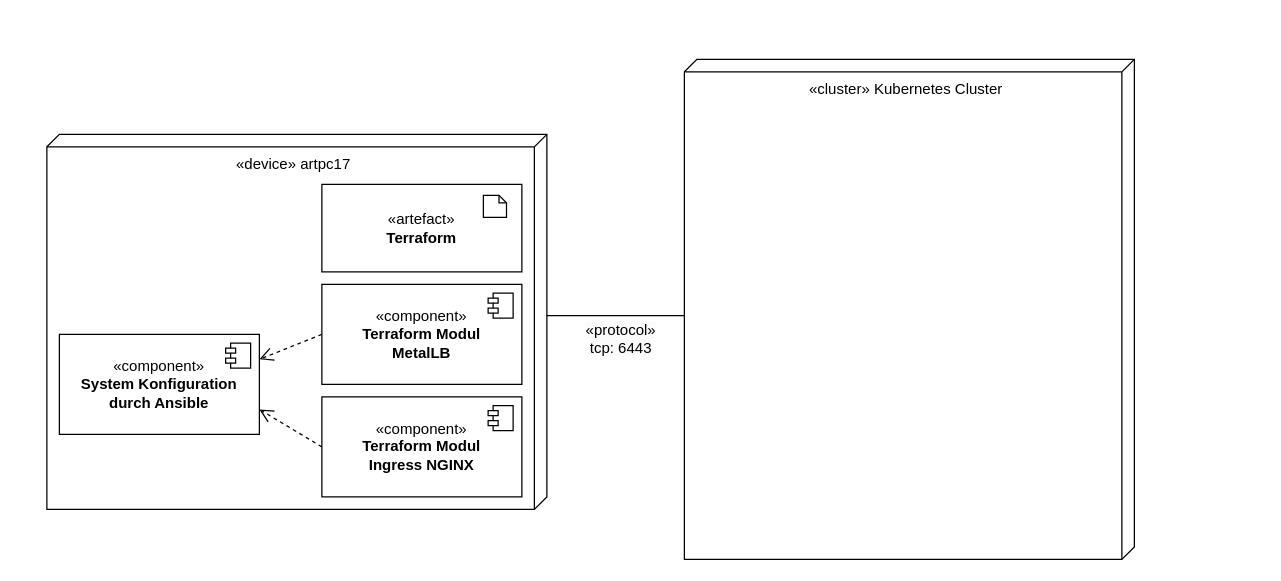
Earlier version of the draw.io diagram uni-bsc/dd-routing.drawio (pogii123/drawio-charts). Source tidied: cells renumbered, new cells numbered last; positions are measured from the earlier drawing's top-left corner, leaving out a move shared by most shapes. Both pictures are drawn from the tidied source at 125%, with x=0, y=0 at pixel (46, 59).
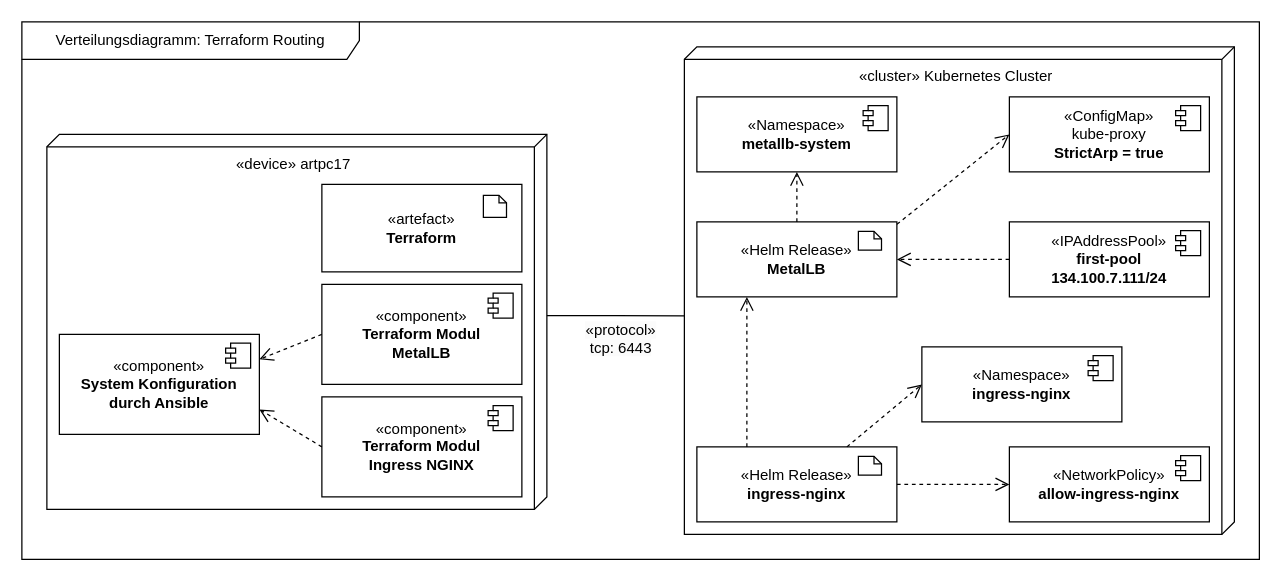
After the change.

Unchanged cells that the change refers to:
```xml
<mxCell id="3" value="«device» artpc17" style="verticalAlign=top;align=center;shape=cube;size=10;direction=south;html=1;boundedLbl=1;spacingLeft=5;whiteSpace=wrap;" parent="1" vertex="1">
  <mxGeometry y="60" width="400" height="300" as="geometry" />
</mxCell>
```

Change to the diagram source:
```diff
@@
     <mxCell id="2" value="«cluster» Kubernetes Cluster" style="verticalAlign=top;align=center;shape=cube;size=10;direction=south;html=1;boundedLbl=1;spacingLeft=5;whiteSpace=wrap;" parent="1" vertex="1">
-      <mxGeometry x="510" width="360" height="400" as="geometry" />
+      <mxGeometry x="510" y="-10" width="440" height="390" as="geometry" />
     </mxCell>
@@
-    <mxCell id="12" style="edgeStyle=orthogonalEdgeStyle;rounded=0;jettySize=auto;html=1;exitX=0;exitY=0;exitDx=145;exitDy=0;exitPerimeter=0;entryX=0;entryY=0;entryDx=205;entryDy=360;entryPerimeter=0;endArrow=none;endFill=0;" parent="1" edge="1" source="3" target="2">
+    <mxCell id="12" style="edgeStyle=orthogonalEdgeStyle;rounded=0;jettySize=auto;html=1;exitX=0;exitY=0;exitDx=145;exitDy=0;exitPerimeter=0;endArrow=none;endFill=0;entryX=0.552;entryY=1;entryDx=0;entryDy=0;entryPerimeter=0;" parent="1" edge="1" source="3" target="2">
       <mxGeometry relative="1" as="geometry" />
     </mxCell>
@@
+    <mxCell id="17" value="«Namespace»&lt;b&gt;&lt;br&gt;metallb-system&lt;/b&gt;" style="html=1;whiteSpace=wrap;" parent="1" vertex="1">
+      <mxGeometry x="520" y="30" width="160" height="60" as="geometry" />
+    </mxCell>
+    <mxCell id="18" style="shape=module;jettyWidth=8;jettyHeight=4;" parent="17" vertex="1">
+      <mxGeometry x="1" width="20" height="20" relative="1" as="geometry">
+        <mxPoint x="-27" y="7" as="offset" />
+      </mxGeometry>
+    </mxCell>
+    <mxCell id="19" value="«ConfigMap»&lt;div&gt;kube-proxy&lt;br&gt;&lt;b&gt;StrictArp = true&lt;/b&gt;&lt;/div&gt;" style="html=1;whiteSpace=wrap;" parent="1" vertex="1">
+      <mxGeometry x="770" y="30" width="160" height="60" as="geometry" />
+    </mxCell>
+    <mxCell id="20" style="shape=module;jettyWidth=8;jettyHeight=4;" parent="19" vertex="1">
+      <mxGeometry x="1" width="20" height="20" relative="1" as="geometry">
+        <mxPoint x="-27" y="7" as="offset" />
+      </mxGeometry>
+    </mxCell>
+    <mxCell id="21" style="group;" parent="1" vertex="1">
+      <mxGeometry x="520" y="130" width="160" height="60" as="geometry" />
+    </mxCell>
+    <mxCell id="22" value="«Helm Release»&lt;br&gt;&lt;b&gt;MetalLB&lt;/b&gt;" style="html=1;whiteSpace=wrap;" parent="21" vertex="1">
+      <mxGeometry width="160" height="60" as="geometry" />
+    </mxCell>
+    <mxCell id="23" style="shape=note2;boundedLbl=1;whiteSpace=wrap;html=1;size=6;verticalAlign=top;align=left;spacingLeft=5;" parent="21" vertex="1">
+      <mxGeometry x="129.2" y="7.5" width="18.5" height="15" as="geometry" />
+    </mxCell>
+    <mxCell id="24" value="«IPAddressPool»&lt;b&gt;&lt;br&gt;first-pool&lt;/b&gt;&lt;div&gt;&lt;b&gt;134.100.7.111/24&lt;/b&gt;&lt;/div&gt;" style="html=1;whiteSpace=wrap;" parent="1" vertex="1">
+      <mxGeometry x="770" y="130" width="160" height="60" as="geometry" />
+    </mxCell>
+    <mxCell id="25" style="shape=module;jettyWidth=8;jettyHeight=4;" parent="24" vertex="1">
+      <mxGeometry x="1" width="20" height="20" relative="1" as="geometry">
+        <mxPoint x="-27" y="7" as="offset" />
+      </mxGeometry>
+    </mxCell>
+    <mxCell id="26" value="«Namespace»&lt;b&gt;&lt;br&gt;ingress-nginx&lt;/b&gt;" style="html=1;whiteSpace=wrap;" parent="1" vertex="1">
+      <mxGeometry x="700" y="230" width="160" height="60" as="geometry" />
+    </mxCell>
+    <mxCell id="27" style="shape=module;jettyWidth=8;jettyHeight=4;" parent="26" vertex="1">
+      <mxGeometry x="1" width="20" height="20" relative="1" as="geometry">
+        <mxPoint x="-27" y="7" as="offset" />
+      </mxGeometry>
+    </mxCell>
+    <mxCell id="28" value="«NetworkPolicy»&lt;b&gt;&lt;br&gt;allow-ingress-nginx&lt;/b&gt;" style="html=1;whiteSpace=wrap;" parent="1" vertex="1">
+      <mxGeometry x="770" y="310" width="160" height="60" as="geometry" />
+    </mxCell>
+    <mxCell id="29" style="shape=module;jettyWidth=8;jettyHeight=4;" parent="28" vertex="1">
+      <mxGeometry x="1" width="20" height="20" relative="1" as="geometry">
+        <mxPoint x="-27" y="7" as="offset" />
+      </mxGeometry>
+    </mxCell>
+    <mxCell id="30" style="group;" parent="1" vertex="1">
+      <mxGeometry x="520" y="310" width="160" height="60" as="geometry" />
+    </mxCell>
+    <mxCell id="31" value="«Helm Release»&lt;br&gt;&lt;b&gt;ingress-nginx&lt;/b&gt;" style="html=1;whiteSpace=wrap;" parent="30" vertex="1">
+      <mxGeometry width="160" height="60" as="geometry" />
+    </mxCell>
+    <mxCell id="32" style="shape=note2;boundedLbl=1;whiteSpace=wrap;html=1;size=6;verticalAlign=top;align=left;spacingLeft=5;" parent="30" vertex="1">
+      <mxGeometry x="129.2" y="7.5" width="18.5" height="15" as="geometry" />
+    </mxCell>
+    <mxCell id="33" style="rounded=0;jettySize=auto;html=1;exitX=0.25;exitY=0;exitDx=0;exitDy=0;entryX=0.25;entryY=1;entryDx=0;entryDy=0;dashed=1;endArrow=open;endFill=0;strokeWidth=1;endSize=9;startSize=6;" parent="1" edge="1" source="31" target="22">
+      <mxGeometry relative="1" as="geometry" />
+    </mxCell>
+    <mxCell id="34" style="rounded=0;jettySize=auto;html=1;exitX=0;exitY=0.5;exitDx=0;exitDy=0;dashed=1;endArrow=open;endFill=0;strokeWidth=1;endSize=9;startSize=6;entryX=1;entryY=0.5;entryDx=0;entryDy=0;" parent="1" edge="1" source="24" target="22">
+      <mxGeometry relative="1" as="geometry" />
+    </mxCell>
+    <mxCell id="35" style="rounded=0;jettySize=auto;html=1;dashed=1;endArrow=open;endFill=0;strokeWidth=1;endSize=9;startSize=6;entryX=0;entryY=0.5;entryDx=0;entryDy=0;" parent="1" edge="1" target="19">
+      <mxGeometry relative="1" as="geometry">
+        <mxPoint x="680" y="132" as="sourcePoint" />
+      </mxGeometry>
+    </mxCell>
+    <mxCell id="36" style="rounded=0;jettySize=auto;html=1;dashed=1;endArrow=open;endFill=0;strokeWidth=1;endSize=9;startSize=6;entryX=0.5;entryY=1;entryDx=0;entryDy=0;exitX=0.5;exitY=0;exitDx=0;exitDy=0;" parent="1" edge="1" source="22" target="17">
+      <mxGeometry relative="1" as="geometry" />
+    </mxCell>
+    <mxCell id="37" style="rounded=0;jettySize=auto;html=1;exitX=0.75;exitY=0;exitDx=0;exitDy=0;entryX=0;entryY=0.5;entryDx=0;entryDy=0;dashed=1;endArrow=open;endFill=0;strokeWidth=1;endSize=9;startSize=6;" parent="1" edge="1" source="31" target="26">
+      <mxGeometry relative="1" as="geometry" />
+    </mxCell>
+    <mxCell id="38" style="rounded=0;jettySize=auto;html=1;exitX=1;exitY=0.5;exitDx=0;exitDy=0;entryX=0;entryY=0.5;entryDx=0;entryDy=0;dashed=1;endArrow=open;endFill=0;strokeWidth=1;endSize=9;startSize=6;" parent="1" edge="1" source="31" target="28">
+      <mxGeometry relative="1" as="geometry" />
+    </mxCell>
+    <mxCell id="39" value="Verteilungsdiagramm: Terraform Routing" style="shape=umlFrame;whiteSpace=wrap;html=1;width=270;height=30;" parent="1" vertex="1">
+      <mxGeometry x="-20" y="-30" width="990" height="430" as="geometry" />
+    </mxCell>
```
